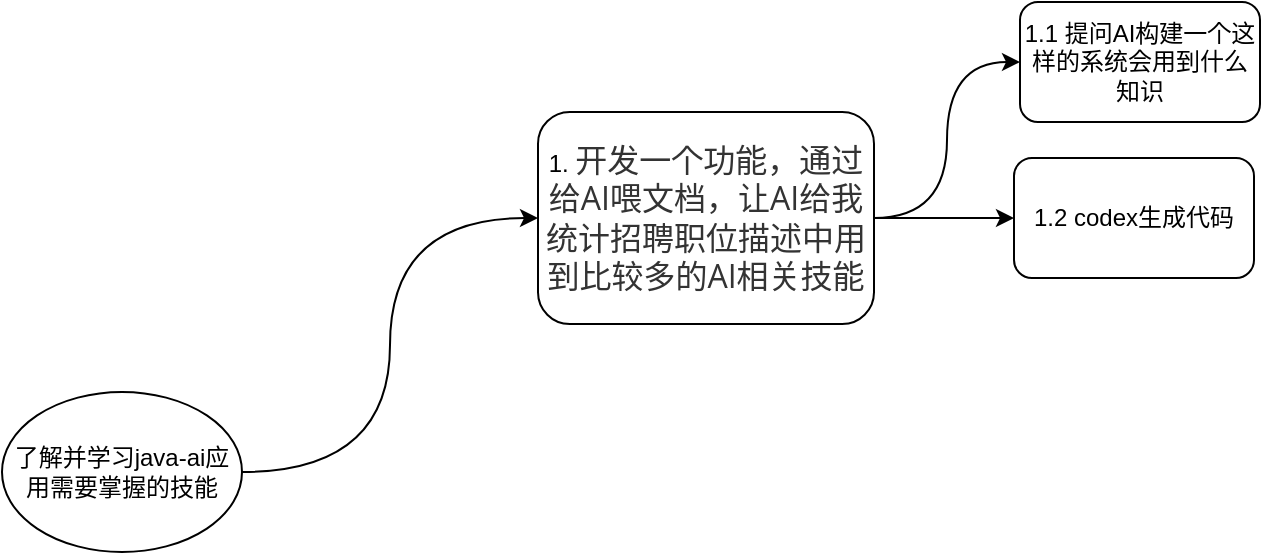
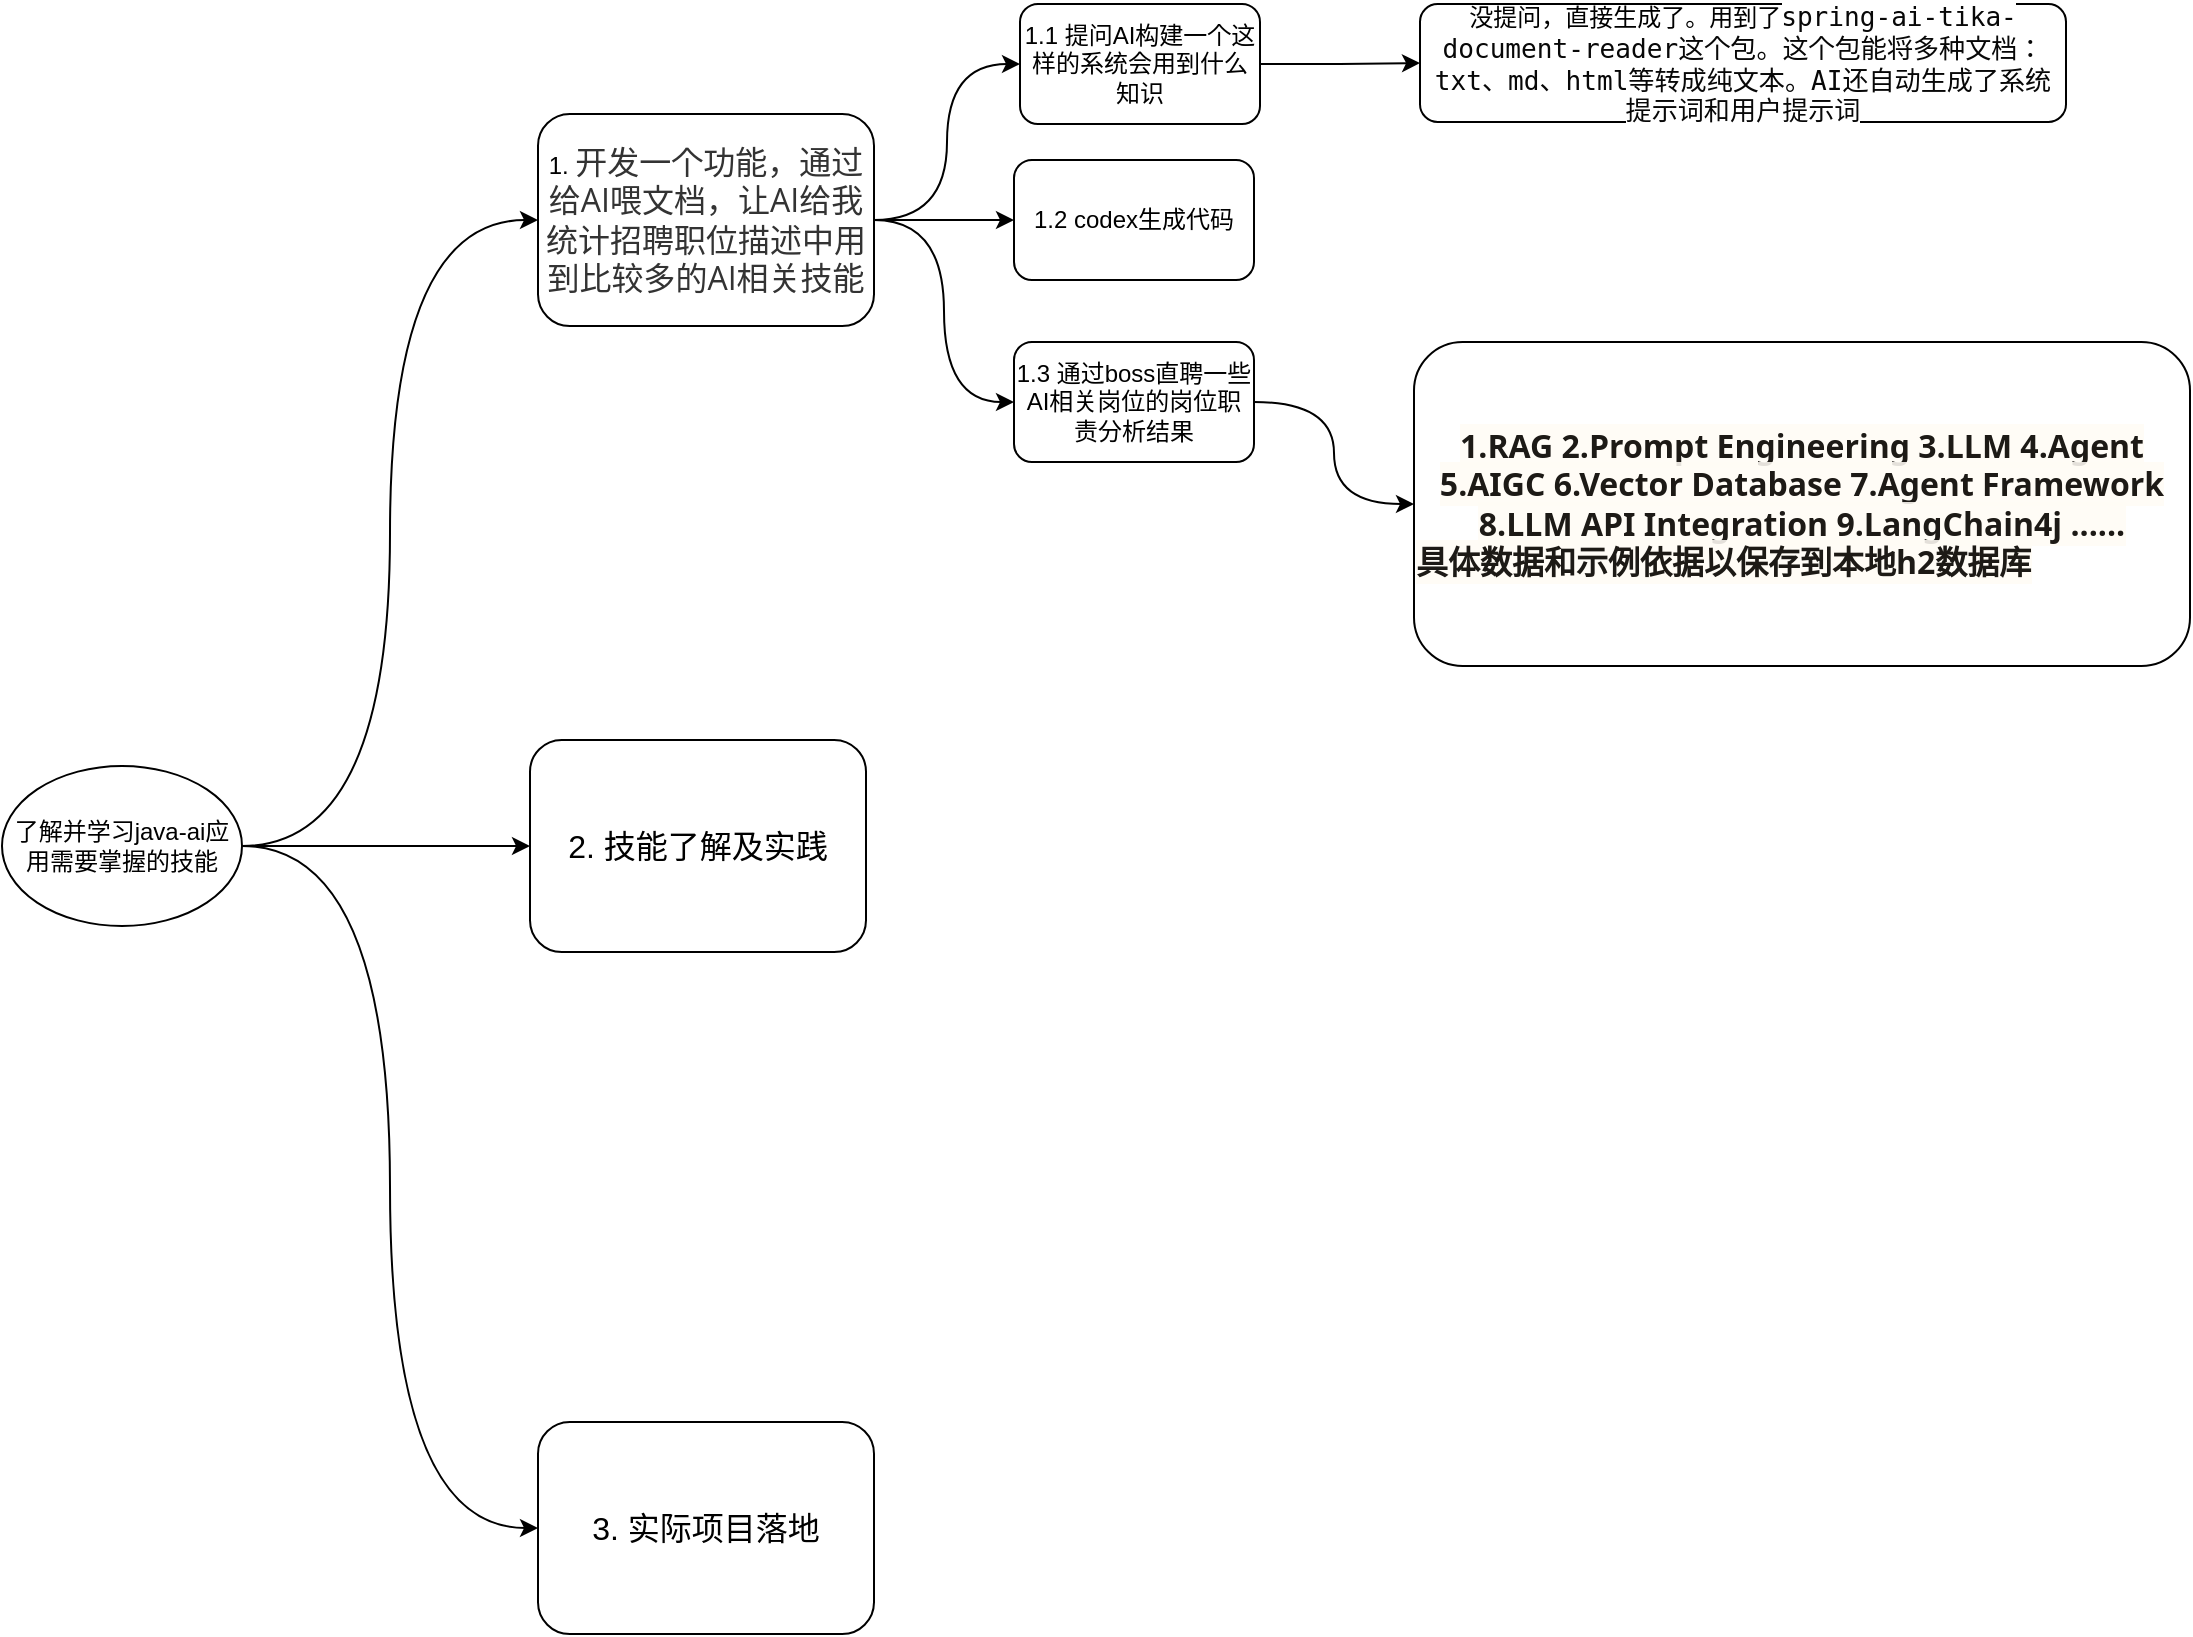
<mxfile host="app.diagrams.net" agent="Mozilla/5.0 (Macintosh; Intel Mac OS X 10_15_7) AppleWebKit/537.36 (KHTML, like Gecko) Chrome/125.0.0.0 Safari/537.36" border="50" scale="3" compressed="false" locked="false">
  <diagram name="Blank" id="YmL12bMKpDGza6XwsDPr">
-     <mxGraphModel dx="852" dy="470" grid="0" gridSize="10" guides="1" tooltips="1" connect="1" arrows="1" fold="1" page="0" pageScale="1" pageWidth="827" pageHeight="1169" background="none" math="1" shadow="0">
+     <mxGraphModel dx="1191" dy="1059" grid="0" gridSize="10" guides="1" tooltips="1" connect="1" arrows="1" fold="1" page="0" pageScale="1" pageWidth="827" pageHeight="1169" background="none" math="1" shadow="0">
      <root>
        <mxCell id="X5NqExCQtvZxIxQ7pmgY-0" />
        <mxCell id="1" parent="X5NqExCQtvZxIxQ7pmgY-0" />
        <mxCell id="RcF-SvxOSoMul9k8OMLa-4" edge="1" parent="1" source="RcF-SvxOSoMul9k8OMLa-1" style="edgeStyle=orthogonalEdgeStyle;rounded=0;orthogonalLoop=1;jettySize=auto;html=1;entryX=0;entryY=0.5;entryDx=0;entryDy=0;curved=1;" target="RcF-SvxOSoMul9k8OMLa-3">
+           <mxGeometry relative="1" as="geometry" />
+         </mxCell>
+         <mxCell id="6gPd_tX6pN-EP_MeIp06-9" edge="1" parent="1" source="RcF-SvxOSoMul9k8OMLa-1" style="edgeStyle=orthogonalEdgeStyle;curved=1;rounded=0;orthogonalLoop=1;jettySize=auto;html=1;entryX=0;entryY=0.5;entryDx=0;entryDy=0;" target="6gPd_tX6pN-EP_MeIp06-1">
+           <mxGeometry relative="1" as="geometry" />
+         </mxCell>
+         <mxCell id="6gPd_tX6pN-EP_MeIp06-11" edge="1" parent="1" source="RcF-SvxOSoMul9k8OMLa-1" style="edgeStyle=orthogonalEdgeStyle;curved=1;rounded=0;orthogonalLoop=1;jettySize=auto;html=1;exitX=1;exitY=0.5;exitDx=0;exitDy=0;entryX=0;entryY=0.5;entryDx=0;entryDy=0;" target="6gPd_tX6pN-EP_MeIp06-10">
          <mxGeometry relative="1" as="geometry" />
        </mxCell>
        <mxCell id="RcF-SvxOSoMul9k8OMLa-1" parent="1" style="ellipse;whiteSpace=wrap;html=1;" value="了解并学习java-ai应用需要掌握的技能" vertex="1">
          <mxGeometry height="80" width="120" x="134" y="243" as="geometry" />
        </mxCell>
        <mxCell id="RcF-SvxOSoMul9k8OMLa-6" edge="1" parent="1" source="RcF-SvxOSoMul9k8OMLa-3" style="edgeStyle=orthogonalEdgeStyle;rounded=0;orthogonalLoop=1;jettySize=auto;html=1;exitX=1;exitY=0.5;exitDx=0;exitDy=0;entryX=0;entryY=0.5;entryDx=0;entryDy=0;curved=1;" target="RcF-SvxOSoMul9k8OMLa-5">
          <mxGeometry relative="1" as="geometry" />
        </mxCell>
        <mxCell id="RcF-SvxOSoMul9k8OMLa-9" edge="1" parent="1" source="RcF-SvxOSoMul9k8OMLa-3" style="edgeStyle=orthogonalEdgeStyle;curved=1;rounded=0;orthogonalLoop=1;jettySize=auto;html=1;exitX=1;exitY=0.5;exitDx=0;exitDy=0;entryX=0;entryY=0.5;entryDx=0;entryDy=0;" target="RcF-SvxOSoMul9k8OMLa-7">
          <mxGeometry relative="1" as="geometry" />
        </mxCell>
+         <mxCell id="6gPd_tX6pN-EP_MeIp06-6" edge="1" parent="1" source="RcF-SvxOSoMul9k8OMLa-3" style="edgeStyle=orthogonalEdgeStyle;curved=1;rounded=0;orthogonalLoop=1;jettySize=auto;html=1;exitX=1;exitY=0.5;exitDx=0;exitDy=0;entryX=0;entryY=0.5;entryDx=0;entryDy=0;" target="6gPd_tX6pN-EP_MeIp06-4">
+           <mxGeometry relative="1" as="geometry" />
+         </mxCell>
        <mxCell id="RcF-SvxOSoMul9k8OMLa-3" parent="1" style="rounded=1;whiteSpace=wrap;html=1;" value="1.&amp;nbsp;&lt;span style=&quot;color: rgb(51, 51, 51); font-family: &amp;quot;Open Sans&amp;quot;, &amp;quot;Clear Sans&amp;quot;, &amp;quot;Helvetica Neue&amp;quot;, Helvetica, Arial, &amp;quot;Segoe UI Emoji&amp;quot;, sans-serif; font-size: 16px; orphans: 4; text-align: left; white-space-collapse: preserve; background-color: rgb(255, 255, 255);&quot;&gt;开发一个功能，通过给AI喂文档，让AI给我统计招聘职位描述中用到比较多的AI相关技能&lt;/span&gt;" vertex="1">
-           <mxGeometry height="106" width="168" x="402" y="103" as="geometry" />
+           <mxGeometry height="106" width="168" x="402" y="-83" as="geometry" />
+         </mxCell>
+         <mxCell id="6gPd_tX6pN-EP_MeIp06-3" edge="1" parent="1" source="RcF-SvxOSoMul9k8OMLa-5" style="edgeStyle=orthogonalEdgeStyle;rounded=0;orthogonalLoop=1;jettySize=auto;html=1;" target="6gPd_tX6pN-EP_MeIp06-2" value="">
+           <mxGeometry relative="1" as="geometry" />
        </mxCell>
        <mxCell id="RcF-SvxOSoMul9k8OMLa-5" parent="1" style="rounded=1;whiteSpace=wrap;html=1;" value="1.1 提问AI构建一个这样的系统会用到什么知识" vertex="1">
-           <mxGeometry height="60" width="120" x="643" y="48" as="geometry" />
+           <mxGeometry height="60" width="120" x="643" y="-138" as="geometry" />
        </mxCell>
        <mxCell id="RcF-SvxOSoMul9k8OMLa-7" parent="1" style="rounded=1;whiteSpace=wrap;html=1;" value="1.2 codex生成代码" vertex="1">
-           <mxGeometry height="60" width="120" x="640" y="126" as="geometry" />
+           <mxGeometry height="60" width="120" x="640" y="-60" as="geometry" />
+         </mxCell>
+         <mxCell id="6gPd_tX6pN-EP_MeIp06-1" parent="1" style="rounded=1;whiteSpace=wrap;html=1;" value="&lt;font style=&quot;font-size: 16px;&quot;&gt;2. 技能了解及实践&lt;/font&gt;" vertex="1">
+           <mxGeometry height="106" width="168" x="398" y="230" as="geometry" />
+         </mxCell>
+         <mxCell id="6gPd_tX6pN-EP_MeIp06-2" parent="1" style="whiteSpace=wrap;html=1;rounded=1;" value="没提问，直接生成了。用到了&lt;span style=&quot;font-family: &amp;quot;JetBrains Mono&amp;quot;, monospace; font-size: 9.8pt; background-color: rgb(255, 255, 255); color: rgb(8, 8, 8);&quot;&gt;spring-ai-tika-document-reader这个包。这个包能将多种文档：txt、md、html等转成纯文本。AI还自动生成了系统提示词和用户提示词&lt;/span&gt;" vertex="1">
+           <mxGeometry height="59" width="323" x="843" y="-138" as="geometry" />
+         </mxCell>
+         <mxCell id="6gPd_tX6pN-EP_MeIp06-8" edge="1" parent="1" source="6gPd_tX6pN-EP_MeIp06-4" style="edgeStyle=orthogonalEdgeStyle;curved=1;rounded=0;orthogonalLoop=1;jettySize=auto;html=1;" target="6gPd_tX6pN-EP_MeIp06-7" value="">
+           <mxGeometry relative="1" as="geometry" />
+         </mxCell>
+         <mxCell id="6gPd_tX6pN-EP_MeIp06-4" parent="1" style="rounded=1;whiteSpace=wrap;html=1;" value="1.3 通过boss直聘一些AI相关岗位的岗位职责分析结果" vertex="1">
+           <mxGeometry height="60" width="120" x="640" y="31" as="geometry" />
+         </mxCell>
+         <mxCell id="6gPd_tX6pN-EP_MeIp06-7" parent="1" style="whiteSpace=wrap;html=1;rounded=1;" value="&lt;strong style=&quot;box-sizing: border-box; color: rgb(29, 26, 22); font-family: &amp;quot;Segoe UI&amp;quot;, &amp;quot;PingFang SC&amp;quot;, &amp;quot;Microsoft YaHei&amp;quot;, sans-serif; font-size: medium; text-align: left; background-color: rgba(255, 252, 245, 0.88);&quot;&gt;1.RAG 2.&lt;/strong&gt;&lt;strong style=&quot;box-sizing: border-box; color: rgb(29, 26, 22); font-family: &amp;quot;Segoe UI&amp;quot;, &amp;quot;PingFang SC&amp;quot;, &amp;quot;Microsoft YaHei&amp;quot;, sans-serif; font-size: medium; text-align: left; background-color: rgba(255, 252, 245, 0.88);&quot;&gt;Prompt Engineering 3.&lt;/strong&gt;&lt;strong style=&quot;box-sizing: border-box; color: rgb(29, 26, 22); font-family: &amp;quot;Segoe UI&amp;quot;, &amp;quot;PingFang SC&amp;quot;, &amp;quot;Microsoft YaHei&amp;quot;, sans-serif; font-size: medium; text-align: left; background-color: rgba(255, 252, 245, 0.88);&quot;&gt;LLM 4.&lt;/strong&gt;&lt;strong style=&quot;box-sizing: border-box; color: rgb(29, 26, 22); font-family: &amp;quot;Segoe UI&amp;quot;, &amp;quot;PingFang SC&amp;quot;, &amp;quot;Microsoft YaHei&amp;quot;, sans-serif; font-size: medium; text-align: left; background-color: rgba(255, 252, 245, 0.88);&quot;&gt;Agent 5.&lt;/strong&gt;&lt;strong style=&quot;box-sizing: border-box; color: rgb(29, 26, 22); font-family: &amp;quot;Segoe UI&amp;quot;, &amp;quot;PingFang SC&amp;quot;, &amp;quot;Microsoft YaHei&amp;quot;, sans-serif; font-size: medium; text-align: left; background-color: rgba(255, 252, 245, 0.88);&quot;&gt;AIGC 6.&lt;/strong&gt;&lt;strong style=&quot;box-sizing: border-box; color: rgb(29, 26, 22); font-family: &amp;quot;Segoe UI&amp;quot;, &amp;quot;PingFang SC&amp;quot;, &amp;quot;Microsoft YaHei&amp;quot;, sans-serif; font-size: medium; text-align: left; background-color: rgba(255, 252, 245, 0.88);&quot;&gt;Vector Database 7.&lt;/strong&gt;&lt;strong style=&quot;box-sizing: border-box; color: rgb(29, 26, 22); font-family: &amp;quot;Segoe UI&amp;quot;, &amp;quot;PingFang SC&amp;quot;, &amp;quot;Microsoft YaHei&amp;quot;, sans-serif; font-size: medium; text-align: left; background-color: rgba(255, 252, 245, 0.88);&quot;&gt;Agent Framework 8.&lt;/strong&gt;&lt;strong style=&quot;box-sizing: border-box; color: rgb(29, 26, 22); font-family: &amp;quot;Segoe UI&amp;quot;, &amp;quot;PingFang SC&amp;quot;, &amp;quot;Microsoft YaHei&amp;quot;, sans-serif; font-size: medium; text-align: left; background-color: rgba(255, 252, 245, 0.88);&quot;&gt;LLM API Integration 9.&lt;/strong&gt;&lt;strong style=&quot;box-sizing: border-box; color: rgb(29, 26, 22); font-family: &amp;quot;Segoe UI&amp;quot;, &amp;quot;PingFang SC&amp;quot;, &amp;quot;Microsoft YaHei&amp;quot;, sans-serif; font-size: medium; text-align: left; background-color: rgba(255, 252, 245, 0.88);&quot;&gt;LangChain4j ......&lt;/strong&gt;&lt;div style=&quot;text-align: left;&quot;&gt;&lt;font color=&quot;#1d1a16&quot; face=&quot;Segoe UI, PingFang SC, Microsoft YaHei, sans-serif&quot; size=&quot;3&quot;&gt;&lt;span style=&quot;background-color: rgba(255, 252, 245, 0.88);&quot;&gt;&lt;b&gt;具体数据和示例依据以保存到本地h2数据库&lt;/b&gt;&lt;/span&gt;&lt;/font&gt;&lt;/div&gt;" vertex="1">
+           <mxGeometry height="162" width="388" x="840" y="31" as="geometry" />
+         </mxCell>
+         <mxCell id="6gPd_tX6pN-EP_MeIp06-10" parent="1" style="rounded=1;whiteSpace=wrap;html=1;" value="&lt;font style=&quot;font-size: 16px;&quot;&gt;3. 实际项目落地&lt;/font&gt;" vertex="1">
+           <mxGeometry height="106" width="168" x="402" y="571" as="geometry" />
        </mxCell>
      </root>
    </mxGraphModel>
  </diagram>
</mxfile>
